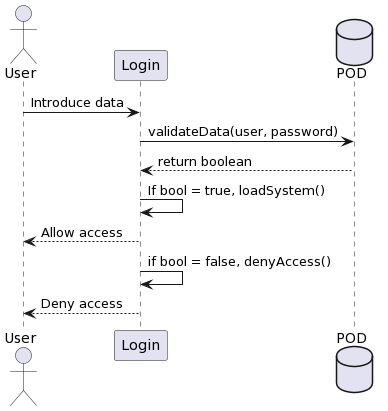
Arquisoft/dede_es6c keeps this PlantUML diagram as docs/images/06_login_runtime_view.png. Above is the earlier version.
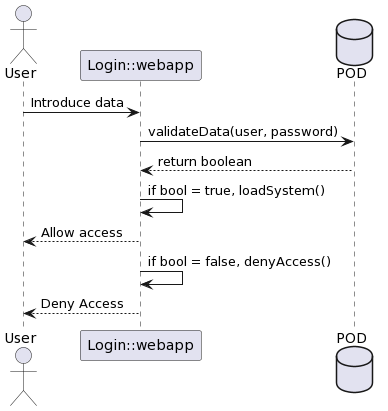
After the commit.

Change to the diagram source:
```diff
@@ -1,11 +1,11 @@
 @startuml
 actor User
-User -> Login: Introduce data
-database POD
-Login -> POD : validateData(user, password)
-POD --> Login : return boolean
-Login -> Login : If bool = true, loadSystem()
-Login --> User : Allow access
-Login -> Login : if bool = false, denyAccess()
-Login --> User : Deny access
+User -> "Login::webapp" : Introduce data
+Database POD
+"Login::webapp"-> POD: validateData(user, password)
+POD --> "Login::webapp" : return boolean
+"Login::webapp" -> "Login::webapp" : if bool = true, loadSystem()
+"Login::webapp" --> User : Allow access
+"Login::webapp" -> "Login::webapp" : if bool = false, denyAccess()
+"Login::webapp" --> User : Deny Access
 @enduml
```
